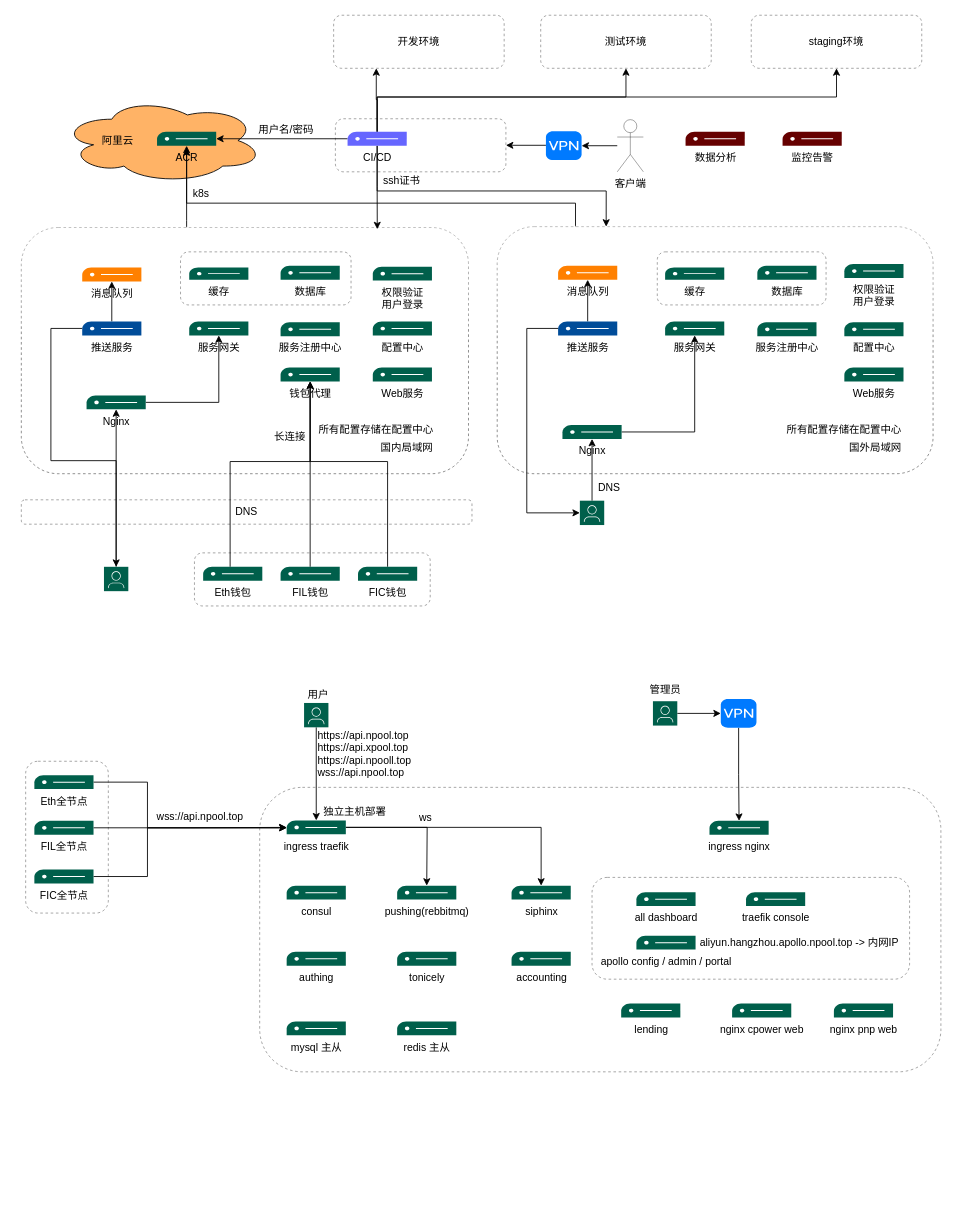
This is page "Arch" (1 of 4) of Arch.drawio from NpoolPlatform/architecture, a draw.io file, before an edit. Source tidied: cells renumbered, new cells numbered last; positions are measured from the earlier drawing's top-left corner, leaving out a move shared by most shapes. Both pictures are drawn from the tidied source at 87%, with x=0, y=0 at pixel (21, 15).
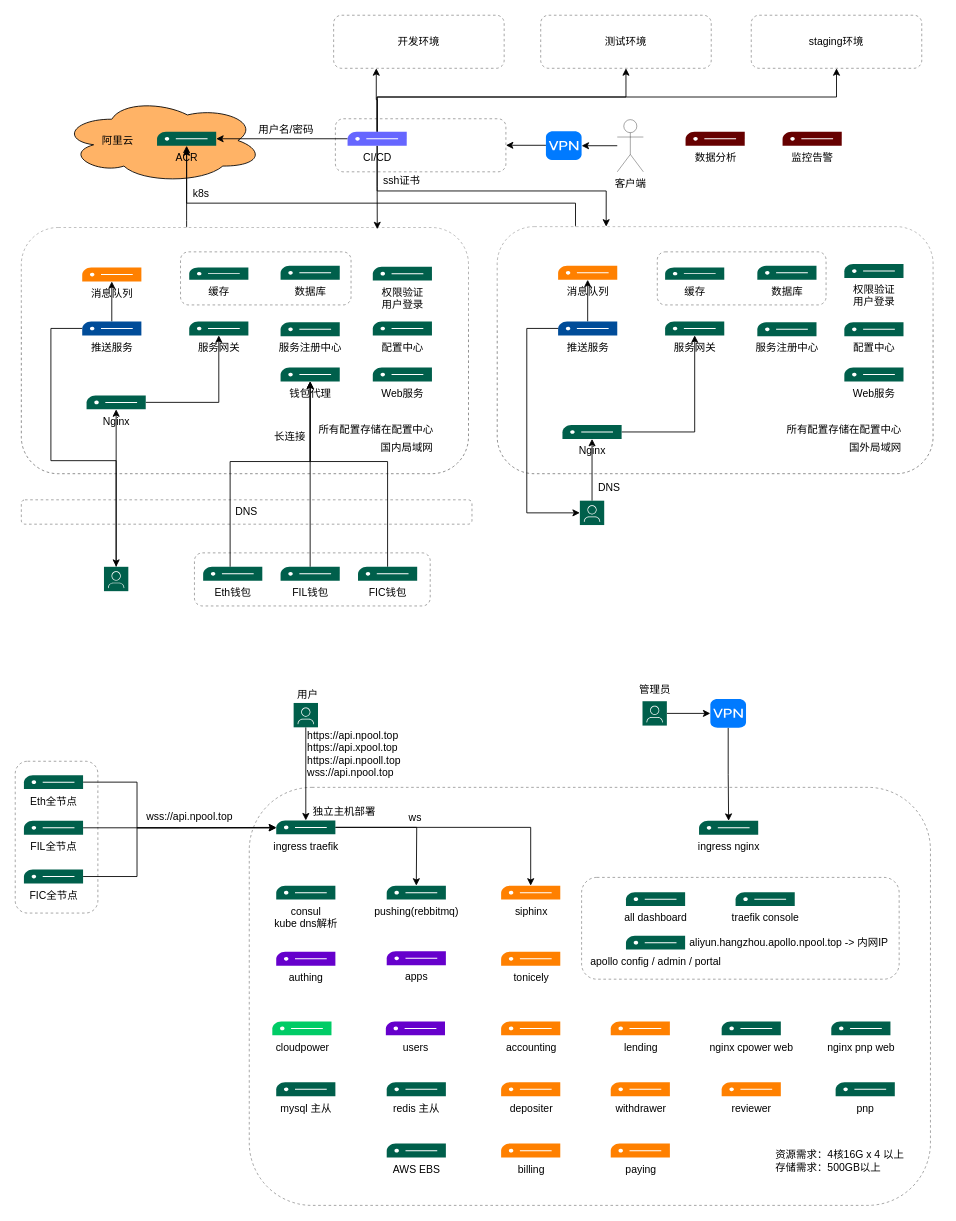
The same page after the edit.

Change to the diagram source:
```diff
@@
     <mxCell id="2" style="rounded=1;whiteSpace=wrap;html=1;dashed=1;fillColor=#FFFFFF;align=center;opacity=40;" parent="1" vertex="1">
-      <mxGeometry x="274" y="887.5" width="783" height="327" as="geometry" />
+      <mxGeometry x="262" y="887.5" width="783" height="480.5" as="geometry" />
     </mxCell>
     <mxCell id="3" style="rounded=1;whiteSpace=wrap;html=1;dashed=1;fillColor=#FFFFFF;align=center;opacity=40;" parent="1" vertex="1">
-      <mxGeometry x="656" y="991" width="365" height="117" as="geometry" />
+      <mxGeometry x="644" y="991" width="365" height="117" as="geometry" />
     </mxCell>
@@
     <mxCell id="78" style="edgeStyle=orthogonalEdgeStyle;rounded=0;jettySize=auto;html=1;" parent="1" edge="1" source="80">
       <mxGeometry relative="1" as="geometry">
-        <mxPoint x="466" y="1000.5" as="targetPoint" />
+        <mxPoint x="454" y="1000.5" as="targetPoint" />
       </mxGeometry>
     </mxCell>
@@
     <mxCell id="80" value="ingress traefik" style="sketch=0;shadow=0;dashed=0;html=1;strokeColor=none;fillColor=#005F4B;labelPosition=center;verticalLabelPosition=bottom;verticalAlign=top;align=center;outlineConnect=0;shape=mxgraph.veeam2.1u_server;direction=east;" parent="1" vertex="1">
-      <mxGeometry x="305" y="925.5" width="68" height="16" as="geometry" />
+      <mxGeometry x="293" y="925.5" width="68" height="16" as="geometry" />
     </mxCell>
     <mxCell id="81" value="all dashboard" style="sketch=0;shadow=0;dashed=0;html=1;strokeColor=none;fillColor=#005F4B;labelPosition=center;verticalLabelPosition=bottom;verticalAlign=top;align=center;shape=mxgraph.veeam2.1u_server;direction=east;" parent="1" vertex="1">
-      <mxGeometry x="707" y="1008" width="68" height="16" as="geometry" />
+      <mxGeometry x="695" y="1008" width="68" height="16" as="geometry" />
     </mxCell>
-    <mxCell id="82" value="consul" style="sketch=0;shadow=0;dashed=0;html=1;strokeColor=none;fillColor=#005F4B;labelPosition=center;verticalLabelPosition=bottom;verticalAlign=top;align=center;shape=mxgraph.veeam2.1u_server;direction=east;" parent="1" vertex="1">
-      <mxGeometry x="305" y="1000.5" width="68" height="16" as="geometry" />
+    <mxCell id="82" value="consul&lt;br&gt;kube dns解析" style="sketch=0;shadow=0;dashed=0;html=1;strokeColor=none;fillColor=#005F4B;labelPosition=center;verticalLabelPosition=bottom;verticalAlign=top;align=center;shape=mxgraph.veeam2.1u_server;direction=east;" parent="1" vertex="1">
+      <mxGeometry x="293" y="1000.5" width="68" height="16" as="geometry" />
     </mxCell>
@@
     <mxCell id="85" style="sketch=0;shadow=0;dashed=0;html=1;strokeColor=none;fillColor=#005F4B;labelPosition=center;verticalLabelPosition=bottom;verticalAlign=top;align=center;outlineConnect=0;shape=mxgraph.veeam2.user;" parent="1" vertex="1">
-      <mxGeometry x="325" y="790.5" width="28" height="28" as="geometry" />
+      <mxGeometry x="313" y="790.5" width="28" height="28" as="geometry" />
     </mxCell>
     <mxCell id="86" value="https://api.npool.top&lt;br&gt;https://api.xpool.top&lt;br&gt;https://api.npooll.top&lt;br&gt;wss://api.npool.top" style="text;html=1;strokeColor=none;fillColor=none;align=left;verticalAlign=middle;whiteSpace=wrap;rounded=0;dashed=1;opacity=40;" parent="1" vertex="1">
-      <mxGeometry x="339" y="818.5" width="120" height="61" as="geometry" />
+      <mxGeometry x="327" y="818.5" width="120" height="61" as="geometry" />
     </mxCell>
     <mxCell id="87" value="独立主机部署" style="text;html=1;strokeColor=none;fillColor=none;align=center;verticalAlign=middle;whiteSpace=wrap;rounded=0;dashed=1;opacity=40;" parent="1" vertex="1">
-      <mxGeometry x="343" y="905.5" width="81" height="20" as="geometry" />
+      <mxGeometry x="331" y="905.5" width="81" height="20" as="geometry" />
     </mxCell>
     <mxCell id="88" value="apollo config / admin / portal" style="sketch=0;shadow=0;dashed=0;html=1;strokeColor=none;fillColor=#005F4B;labelPosition=center;verticalLabelPosition=bottom;verticalAlign=top;align=center;shape=mxgraph.veeam2.1u_server;direction=east;" parent="1" vertex="1">
-      <mxGeometry x="707" y="1058" width="68" height="16" as="geometry" />
+      <mxGeometry x="695" y="1058" width="68" height="16" as="geometry" />
     </mxCell>
     <mxCell id="89" value="aliyun.hangzhou.apollo.npool.top -&amp;gt; 内网IP" style="text;html=1;strokeColor=none;fillColor=none;align=center;verticalAlign=middle;whiteSpace=wrap;rounded=0;dashed=1;opacity=40;" parent="1" vertex="1">
-      <mxGeometry x="774" y="1056" width="241" height="20" as="geometry" />
+      <mxGeometry x="762" y="1056" width="241" height="20" as="geometry" />
     </mxCell>
-    <mxCell id="90" value="authing" style="sketch=0;shadow=0;dashed=0;html=1;strokeColor=none;fillColor=#005F4B;labelPosition=center;verticalLabelPosition=bottom;verticalAlign=top;align=center;shape=mxgraph.veeam2.1u_server;direction=east;" parent="1" vertex="1">
-      <mxGeometry x="305" y="1076.5" width="68" height="16" as="geometry" />
+    <mxCell id="90" value="authing" style="sketch=0;shadow=0;dashed=0;html=1;strokeColor=none;labelPosition=center;verticalLabelPosition=bottom;verticalAlign=top;align=center;shape=mxgraph.veeam2.1u_server;direction=east;fillColor=#6600CC;" parent="1" vertex="1">
+      <mxGeometry x="293" y="1076.5" width="68" height="16" as="geometry" />
     </mxCell>
     <mxCell id="91" value="pushing(rebbitmq)" style="sketch=0;shadow=0;dashed=0;html=1;strokeColor=none;fillColor=#005F4B;labelPosition=center;verticalLabelPosition=bottom;verticalAlign=top;align=center;shape=mxgraph.veeam2.1u_server;direction=east;" parent="1" vertex="1">
-      <mxGeometry x="432" y="1000.5" width="68" height="16" as="geometry" />
+      <mxGeometry x="420" y="1000.5" width="68" height="16" as="geometry" />
     </mxCell>
-    <mxCell id="92" value="siphinx" style="sketch=0;shadow=0;dashed=0;html=1;strokeColor=none;fillColor=#005F4B;labelPosition=center;verticalLabelPosition=bottom;verticalAlign=top;align=center;outlineConnect=0;shape=mxgraph.veeam2.1u_server;direction=east;" parent="1" vertex="1">
-      <mxGeometry x="563.5" y="1000.5" width="68" height="16" as="geometry" />
+    <mxCell id="92" value="siphinx" style="sketch=0;shadow=0;dashed=0;html=1;strokeColor=none;labelPosition=center;verticalLabelPosition=bottom;verticalAlign=top;align=center;outlineConnect=0;shape=mxgraph.veeam2.1u_server;direction=east;fillColor=#FF8000;" parent="1" vertex="1">
+      <mxGeometry x="551.5" y="1000.5" width="68" height="16" as="geometry" />
     </mxCell>
-    <mxCell id="93" value="tonicely" style="sketch=0;shadow=0;dashed=0;html=1;strokeColor=none;fillColor=#005F4B;labelPosition=center;verticalLabelPosition=bottom;verticalAlign=top;align=center;shape=mxgraph.veeam2.1u_server;direction=east;" parent="1" vertex="1">
-      <mxGeometry x="432" y="1076.5" width="68" height="16" as="geometry" />
+    <mxCell id="93" value="tonicely" style="sketch=0;shadow=0;dashed=0;html=1;strokeColor=none;labelPosition=center;verticalLabelPosition=bottom;verticalAlign=top;align=center;shape=mxgraph.veeam2.1u_server;direction=east;fillColor=#FF8000;" parent="1" vertex="1">
+      <mxGeometry x="551.5" y="1076.5" width="68" height="16" as="geometry" />
     </mxCell>
-    <mxCell id="94" value="accounting" style="sketch=0;shadow=0;dashed=0;html=1;strokeColor=none;fillColor=#005F4B;labelPosition=center;verticalLabelPosition=bottom;verticalAlign=top;align=center;shape=mxgraph.veeam2.1u_server;direction=east;" parent="1" vertex="1">
-      <mxGeometry x="563.5" y="1076.5" width="68" height="16" as="geometry" />
+    <mxCell id="94" value="accounting" style="sketch=0;shadow=0;dashed=0;html=1;strokeColor=none;labelPosition=center;verticalLabelPosition=bottom;verticalAlign=top;align=center;shape=mxgraph.veeam2.1u_server;direction=east;fillColor=#FF8000;" parent="1" vertex="1">
+      <mxGeometry x="551.5" y="1156.5" width="68" height="16" as="geometry" />
     </mxCell>
-    <mxCell id="95" value="lending" style="sketch=0;shadow=0;dashed=0;html=1;strokeColor=none;fillColor=#005F4B;labelPosition=center;verticalLabelPosition=bottom;verticalAlign=top;align=center;shape=mxgraph.veeam2.1u_server;direction=east;" parent="1" vertex="1">
-      <mxGeometry x="689.5" y="1136" width="68" height="16" as="geometry" />
+    <mxCell id="95" value="lending" style="sketch=0;shadow=0;dashed=0;html=1;strokeColor=none;labelPosition=center;verticalLabelPosition=bottom;verticalAlign=top;align=center;shape=mxgraph.veeam2.1u_server;direction=east;fillColor=#FF8000;" parent="1" vertex="1">
+      <mxGeometry x="677.5" y="1156.5" width="68" height="16" as="geometry" />
     </mxCell>
     <mxCell id="96" value="mysql 主从" style="sketch=0;shadow=0;dashed=0;html=1;strokeColor=none;fillColor=#005F4B;labelPosition=center;verticalLabelPosition=bottom;verticalAlign=top;align=center;shape=mxgraph.veeam2.1u_server;direction=east;" parent="1" vertex="1">
-      <mxGeometry x="305" y="1156.5" width="68" height="16" as="geometry" />
+      <mxGeometry x="293" y="1226.5" width="68" height="16" as="geometry" />
     </mxCell>
     <mxCell id="97" value="redis 主从" style="sketch=0;shadow=0;dashed=0;html=1;strokeColor=none;fillColor=#005F4B;labelPosition=center;verticalLabelPosition=bottom;verticalAlign=top;align=center;shape=mxgraph.veeam2.1u_server;direction=east;" parent="1" vertex="1">
-      <mxGeometry x="432" y="1156.5" width="68" height="16" as="geometry" />
+      <mxGeometry x="420" y="1226.5" width="68" height="16" as="geometry" />
     </mxCell>
@@
     <mxCell id="99" style="html=1;strokeWidth=1;shadow=0;dashed=0;shape=mxgraph.ios7.misc.vpn;fillColor=#007AFF;strokeColor=none;buttonText=;strokeColor2=#222222;fontColor=#222222;fontSize=8;verticalLabelPosition=bottom;verticalAlign=top;align=center;sketch=0;" parent="1" vertex="1">
-      <mxGeometry x="804" y="786" width="41" height="33" as="geometry" />
+      <mxGeometry x="792" y="786" width="41" height="33" as="geometry" />
     </mxCell>
     <mxCell id="100" value="traefik console" style="sketch=0;shadow=0;dashed=0;html=1;strokeColor=none;fillColor=#005F4B;labelPosition=center;verticalLabelPosition=bottom;verticalAlign=top;align=center;shape=mxgraph.veeam2.1u_server;direction=east;" parent="1" vertex="1">
-      <mxGeometry x="833" y="1008" width="68" height="16" as="geometry" />
+      <mxGeometry x="821" y="1008" width="68" height="16" as="geometry" />
     </mxCell>
     <mxCell id="101" value="ws" style="text;html=1;strokeColor=none;fillColor=none;align=center;verticalAlign=middle;whiteSpace=wrap;rounded=0;dashed=1;opacity=40;" parent="1" vertex="1">
-      <mxGeometry x="445" y="912.5" width="40" height="20" as="geometry" />
+      <mxGeometry x="433" y="912.5" width="40" height="20" as="geometry" />
     </mxCell>
     <mxCell id="102" style="rounded=1;whiteSpace=wrap;html=1;opacity=40;fillColor=#FFFFFF;dashed=1;" parent="1" vertex="1">
-      <mxGeometry x="5" y="857.5" width="95" height="174.5" as="geometry" />
+      <mxGeometry x="-7" y="857.5" width="95" height="174.5" as="geometry" />
     </mxCell>
     <mxCell id="103" style="edgeStyle=orthogonalEdgeStyle;rounded=0;jettySize=auto;html=1;" parent="1" edge="1" source="104" target="80">
       <mxGeometry relative="1" as="geometry">
         <Array as="points">
-          <mxPoint x="145" y="881" />
-          <mxPoint x="145" y="934" />
+          <mxPoint x="133" y="881" />
+          <mxPoint x="133" y="934" />
         </Array>
       </mxGeometry>
     </mxCell>
     <mxCell id="104" value="Eth全节点" style="sketch=0;shadow=0;dashed=0;html=1;strokeColor=none;fillColor=#005F4B;labelPosition=center;verticalLabelPosition=bottom;verticalAlign=top;align=center;outlineConnect=0;shape=mxgraph.veeam2.1u_server;direction=east;" parent="1" vertex="1">
-      <mxGeometry x="15" y="873.5" width="68" height="16" as="geometry" />
+      <mxGeometry x="3" y="873.5" width="68" height="16" as="geometry" />
     </mxCell>
@@
     <mxCell id="106" value="FIL全节点" style="sketch=0;shadow=0;dashed=0;html=1;strokeColor=none;fillColor=#005F4B;labelPosition=center;verticalLabelPosition=bottom;verticalAlign=top;align=center;outlineConnect=0;shape=mxgraph.veeam2.1u_server;direction=east;" parent="1" vertex="1">
-      <mxGeometry x="15" y="926" width="68" height="16" as="geometry" />
+      <mxGeometry x="3" y="926" width="68" height="16" as="geometry" />
     </mxCell>
     <mxCell id="107" style="edgeStyle=orthogonalEdgeStyle;rounded=0;jettySize=auto;html=1;" parent="1" edge="1" source="108" target="80">
       <mxGeometry relative="1" as="geometry">
         <Array as="points">
-          <mxPoint x="145" y="990" />
-          <mxPoint x="145" y="934" />
+          <mxPoint x="133" y="990" />
+          <mxPoint x="133" y="934" />
         </Array>
       </mxGeometry>
     </mxCell>
     <mxCell id="108" value="FIC全节点" style="sketch=0;shadow=0;dashed=0;html=1;strokeColor=none;fillColor=#005F4B;labelPosition=center;verticalLabelPosition=bottom;verticalAlign=top;align=center;outlineConnect=0;shape=mxgraph.veeam2.1u_server;direction=east;" parent="1" vertex="1">
-      <mxGeometry x="15" y="982" width="68" height="16" as="geometry" />
+      <mxGeometry x="3" y="982" width="68" height="16" as="geometry" />
     </mxCell>
     <mxCell id="109" value="wss://api.npool.top" style="text;html=1;strokeColor=none;fillColor=none;align=left;verticalAlign=middle;whiteSpace=wrap;rounded=0;dashed=1;opacity=40;" parent="1" vertex="1">
-      <mxGeometry x="154" y="911" width="120" height="20.5" as="geometry" />
+      <mxGeometry x="142" y="911" width="120" height="20.5" as="geometry" />
     </mxCell>
     <mxCell id="110" style="sketch=0;shadow=0;dashed=0;html=1;strokeColor=none;fillColor=#005F4B;labelPosition=center;verticalLabelPosition=bottom;verticalAlign=top;align=center;outlineConnect=0;shape=mxgraph.veeam2.user;" parent="1" vertex="1">
-      <mxGeometry x="726" y="788.5" width="28" height="28" as="geometry" />
+      <mxGeometry x="714" y="788.5" width="28" height="28" as="geometry" />
     </mxCell>
     <mxCell id="111" value="用户" style="text;html=1;strokeColor=none;fillColor=none;align=center;verticalAlign=middle;whiteSpace=wrap;rounded=0;dashed=1;opacity=40;" parent="1" vertex="1">
-      <mxGeometry x="301" y="770.5" width="81" height="20" as="geometry" />
+      <mxGeometry x="289" y="770.5" width="81" height="20" as="geometry" />
     </mxCell>
     <mxCell id="112" value="管理员" style="text;html=1;strokeColor=none;fillColor=none;align=center;verticalAlign=middle;whiteSpace=wrap;rounded=0;dashed=1;opacity=40;" parent="1" vertex="1">
-      <mxGeometry x="699.5" y="766" width="81" height="20" as="geometry" />
+      <mxGeometry x="687.5" y="766" width="81" height="20" as="geometry" />
     </mxCell>
     <mxCell id="113" value="nginx cpower web" style="sketch=0;shadow=0;dashed=0;html=1;strokeColor=none;fillColor=#005F4B;labelPosition=center;verticalLabelPosition=bottom;verticalAlign=top;align=center;shape=mxgraph.veeam2.1u_server;direction=east;" parent="1" vertex="1">
-      <mxGeometry x="817" y="1136" width="68" height="16" as="geometry" />
+      <mxGeometry x="805" y="1156.5" width="68" height="16" as="geometry" />
     </mxCell>
     <mxCell id="114" value="nginx pnp web" style="sketch=0;shadow=0;dashed=0;html=1;strokeColor=none;fillColor=#005F4B;labelPosition=center;verticalLabelPosition=bottom;verticalAlign=top;align=center;shape=mxgraph.veeam2.1u_server;direction=east;" parent="1" vertex="1">
-      <mxGeometry x="934" y="1136" width="68" height="16" as="geometry" />
+      <mxGeometry x="931" y="1156.5" width="68" height="16" as="geometry" />
     </mxCell>
     <mxCell id="115" value="ingress nginx" style="sketch=0;shadow=0;dashed=0;html=1;strokeColor=none;fillColor=#005F4B;labelPosition=center;verticalLabelPosition=bottom;verticalAlign=top;align=center;outlineConnect=0;shape=mxgraph.veeam2.1u_server;direction=east;" parent="1" vertex="1">
-      <mxGeometry x="791" y="926" width="68" height="16" as="geometry" />
+      <mxGeometry x="779" y="926" width="68" height="16" as="geometry" />
     </mxCell>
+    <mxCell id="116" value="users" style="sketch=0;shadow=0;dashed=0;html=1;strokeColor=none;labelPosition=center;verticalLabelPosition=bottom;verticalAlign=top;align=center;shape=mxgraph.veeam2.1u_server;direction=east;fillColor=#6600CC;" parent="1" vertex="1">
+      <mxGeometry x="419" y="1156.5" width="68" height="16" as="geometry" />
+    </mxCell>
+    <mxCell id="117" value="apps" style="sketch=0;shadow=0;dashed=0;html=1;strokeColor=none;labelPosition=center;verticalLabelPosition=bottom;verticalAlign=top;align=center;shape=mxgraph.veeam2.1u_server;direction=east;fillColor=#6600CC;" parent="1" vertex="1">
+      <mxGeometry x="420" y="1076" width="68" height="16" as="geometry" />
+    </mxCell>
+    <mxCell id="118" value="cloudpower" style="sketch=0;shadow=0;dashed=0;html=1;strokeColor=none;labelPosition=center;verticalLabelPosition=bottom;verticalAlign=top;align=center;shape=mxgraph.veeam2.1u_server;direction=east;fillColor=#00CC66;" parent="1" vertex="1">
+      <mxGeometry x="288.5" y="1156.5" width="68" height="16" as="geometry" />
+    </mxCell>
+    <mxCell id="119" value="AWS EBS" style="sketch=0;shadow=0;dashed=0;html=1;strokeColor=none;fillColor=#005F4B;labelPosition=center;verticalLabelPosition=bottom;verticalAlign=top;align=center;shape=mxgraph.veeam2.1u_server;direction=east;" parent="1" vertex="1">
+      <mxGeometry x="420" y="1297" width="68" height="16" as="geometry" />
+    </mxCell>
+    <mxCell id="120" value="资源需求：4核16G x 4 以上&lt;br&gt;存储需求：500GB以上" style="text;html=1;strokeColor=none;fillColor=none;align=left;verticalAlign=middle;whiteSpace=wrap;rounded=0;dashed=1;opacity=40;" parent="1" vertex="1">
+      <mxGeometry x="865" y="1286" width="155" height="61" as="geometry" />
+    </mxCell>
+    <mxCell id="121" value="depositer" style="sketch=0;shadow=0;dashed=0;html=1;strokeColor=none;labelPosition=center;verticalLabelPosition=bottom;verticalAlign=top;align=center;shape=mxgraph.veeam2.1u_server;direction=east;fillColor=#FF8000;" parent="1" vertex="1">
+      <mxGeometry x="551.5" y="1226.5" width="68" height="16" as="geometry" />
+    </mxCell>
+    <mxCell id="122" value="withdrawer" style="sketch=0;shadow=0;dashed=0;html=1;strokeColor=none;labelPosition=center;verticalLabelPosition=bottom;verticalAlign=top;align=center;shape=mxgraph.veeam2.1u_server;direction=east;fillColor=#FF8000;" parent="1" vertex="1">
+      <mxGeometry x="677.5" y="1226.5" width="68" height="16" as="geometry" />
+    </mxCell>
+    <mxCell id="123" value="reviewer" style="sketch=0;shadow=0;dashed=0;html=1;strokeColor=none;labelPosition=center;verticalLabelPosition=bottom;verticalAlign=top;align=center;shape=mxgraph.veeam2.1u_server;direction=east;fillColor=#FF8000;" parent="1" vertex="1">
+      <mxGeometry x="805" y="1226.5" width="68" height="16" as="geometry" />
+    </mxCell>
+    <mxCell id="124" value="pnp" style="sketch=0;shadow=0;dashed=0;html=1;strokeColor=none;fillColor=#005F4B;labelPosition=center;verticalLabelPosition=bottom;verticalAlign=top;align=center;shape=mxgraph.veeam2.1u_server;direction=east;" parent="1" vertex="1">
+      <mxGeometry x="936" y="1226.5" width="68" height="16" as="geometry" />
+    </mxCell>
+    <mxCell id="125" value="billing" style="sketch=0;shadow=0;dashed=0;html=1;strokeColor=none;labelPosition=center;verticalLabelPosition=bottom;verticalAlign=top;align=center;shape=mxgraph.veeam2.1u_server;direction=east;fillColor=#FF8000;" parent="1" vertex="1">
+      <mxGeometry x="551.5" y="1297" width="68" height="16" as="geometry" />
+    </mxCell>
+    <mxCell id="126" value="paying" style="sketch=0;shadow=0;dashed=0;html=1;strokeColor=none;labelPosition=center;verticalLabelPosition=bottom;verticalAlign=top;align=center;shape=mxgraph.veeam2.1u_server;direction=east;fillColor=#FF8000;" parent="1" vertex="1">
+      <mxGeometry x="677.5" y="1297" width="68" height="16" as="geometry" />
+    </mxCell>
```
